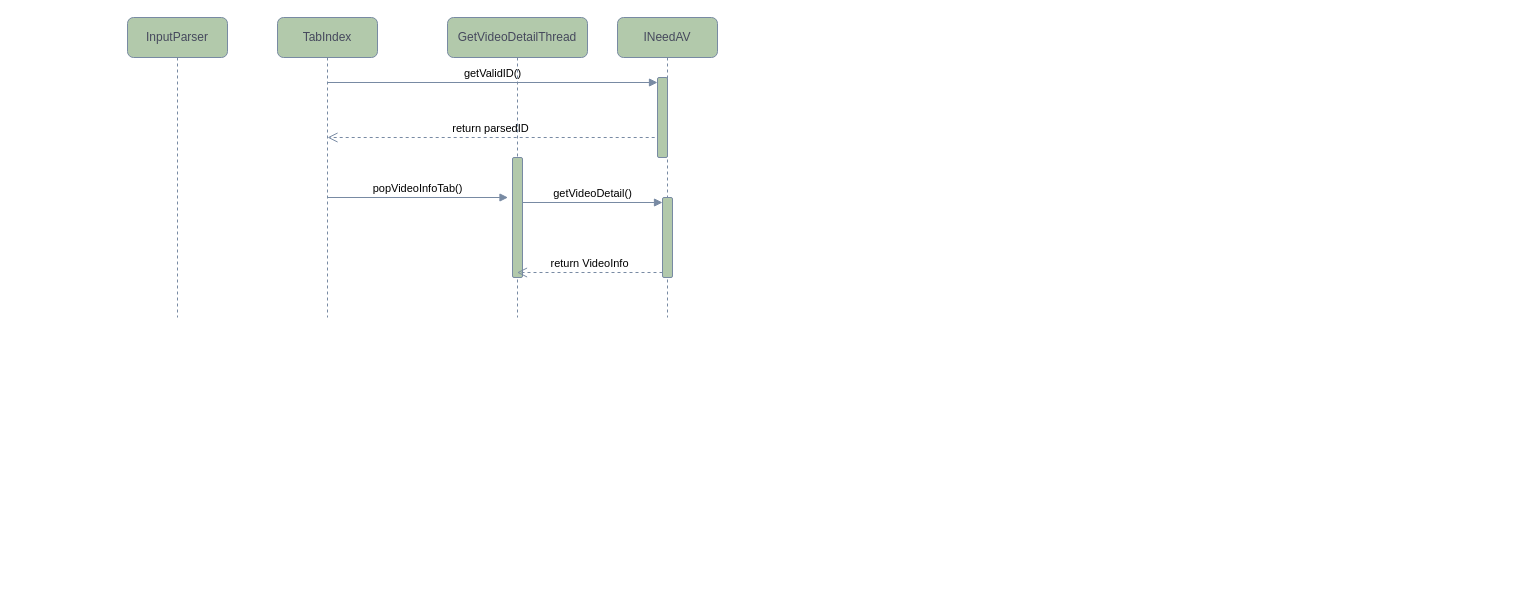
Likboc/BiliDown keeps this draw.io diagram as page "第 3 页" (3 of 4) of UML/srcode.drawio. Above is the earlier version. Source tidied: cells renumbered, new cells numbered last; positions are measured from the earlier drawing's top-left corner, leaving out a move shared by most shapes. Both pictures are drawn from the tidied source at 100%, with x=0, y=0 at pixel (127, 17).
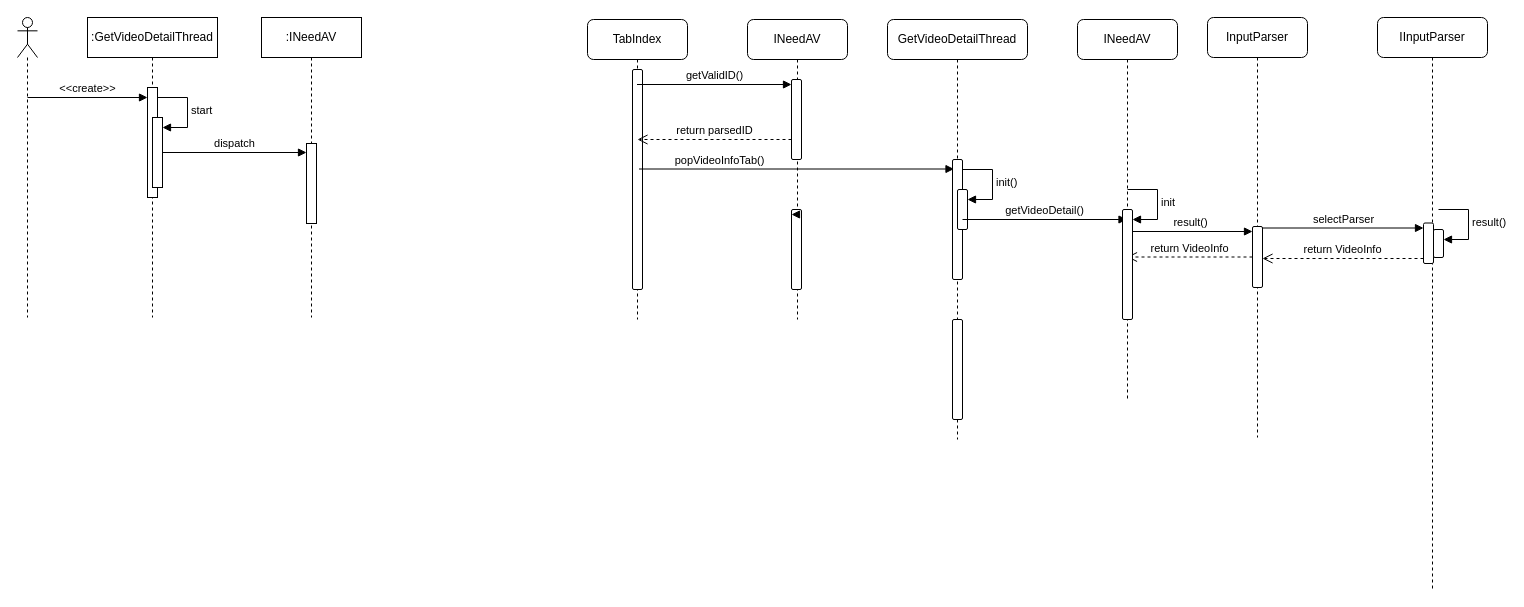
The same diagram, later.

Diff of the diagram source:
```diff
@@
-    <mxCell id="2" value="INeedAV" style="shape=umlLifeline;perimeter=lifelinePerimeter;whiteSpace=wrap;html=1;outlineConnect=0;portConstraint=eastwest;newEdgeStyle={&quot;curved&quot;:0,&quot;rounded&quot;:0};rounded=1;labelBackgroundColor=none;fillColor=#B2C9AB;strokeColor=#788AA3;fontColor=#46495D;" parent="1" vertex="1">
-      <mxGeometry x="490" width="100" height="300" as="geometry" />
+    <mxCell id="2" value="INeedAV" style="shape=umlLifeline;perimeter=lifelinePerimeter;whiteSpace=wrap;html=1;outlineConnect=0;portConstraint=eastwest;newEdgeStyle={&quot;curved&quot;:0,&quot;rounded&quot;:0};rounded=1;labelBackgroundColor=none;" parent="1" vertex="1">
+      <mxGeometry x="620" y="2" width="100" height="300" as="geometry" />
     </mxCell>
-    <mxCell id="3" style="html=1;points=[[0,0,0,0,5],[0,1,0,0,-5],[1,0,0,0,5],[1,1,0,0,-5]];perimeter=orthogonalPerimeter;outlineConnect=0;targetShapes=umlLifeline;portConstraint=eastwest;newEdgeStyle={&quot;curved&quot;:0,&quot;rounded&quot;:0};rounded=1;labelBackgroundColor=none;fillColor=#B2C9AB;strokeColor=#788AA3;fontColor=#46495D;" parent="2" vertex="1">
-      <mxGeometry x="40" y="60" width="10" height="80" as="geometry" />
+    <mxCell id="3" style="html=1;points=[[0,0,0,0,5],[0,1,0,0,-5],[1,0,0,0,5],[1,1,0,0,-5]];perimeter=orthogonalPerimeter;outlineConnect=0;targetShapes=umlLifeline;portConstraint=eastwest;newEdgeStyle={&quot;curved&quot;:0,&quot;rounded&quot;:0};rounded=1;labelBackgroundColor=none;" parent="2" vertex="1">
+      <mxGeometry x="44" y="60" width="10" height="80" as="geometry" />
     </mxCell>
-    <mxCell id="4" style="html=1;points=[[0,0,0,0,5],[0,1,0,0,-5],[1,0,0,0,5],[1,1,0,0,-5]];perimeter=orthogonalPerimeter;outlineConnect=0;targetShapes=umlLifeline;portConstraint=eastwest;newEdgeStyle={&quot;curved&quot;:0,&quot;rounded&quot;:0};rounded=1;labelBackgroundColor=none;fillColor=#B2C9AB;strokeColor=#788AA3;fontColor=#46495D;" parent="2" vertex="1">
-      <mxGeometry x="45" y="180" width="10" height="80" as="geometry" />
-    </mxCell>
-    <mxCell id="5" value="InputParser" style="shape=umlLifeline;perimeter=lifelinePerimeter;whiteSpace=wrap;html=1;newEdgeStyle={&quot;curved&quot;:0,&quot;rounded&quot;:0};rounded=1;labelBackgroundColor=none;fillColor=#B2C9AB;strokeColor=#788AA3;fontColor=#46495D;" parent="1" vertex="1">
-      <mxGeometry width="100" height="300" as="geometry" />
+    <mxCell id="5" value="InputParser" style="shape=umlLifeline;whiteSpace=wrap;html=1;newEdgeStyle={&quot;curved&quot;:0,&quot;rounded&quot;:0};rounded=1;labelBackgroundColor=none;perimeter=rectanglePerimeter;targetShapes=umlLifeline;participant=label;" parent="1" vertex="1">
+      <mxGeometry x="1080" width="100" height="420" as="geometry" />
     </mxCell>
+    <mxCell id="14" style="html=1;points=[[0,0,0,0,5],[0,1,0,0,-5],[1,0,0,0,5],[1,1,0,0,-5]];perimeter=orthogonalPerimeter;outlineConnect=0;targetShapes=umlLifeline;portConstraint=eastwest;newEdgeStyle={&quot;curved&quot;:0,&quot;rounded&quot;:0};labelBackgroundColor=none;rounded=1;" parent="5" vertex="1">
+      <mxGeometry x="45" y="209" width="10" height="61" as="geometry" />
+    </mxCell>
-    <mxCell id="6" value="TabIndex" style="shape=umlLifeline;perimeter=lifelinePerimeter;whiteSpace=wrap;html=1;outlineConnect=0;portConstraint=eastwest;newEdgeStyle={&quot;curved&quot;:0,&quot;rounded&quot;:0};rounded=1;labelBackgroundColor=none;fillColor=#B2C9AB;strokeColor=#788AA3;fontColor=#46495D;" parent="1" vertex="1">
-      <mxGeometry x="150" width="100" height="300" as="geometry" />
+    <mxCell id="6" value="TabIndex" style="shape=umlLifeline;perimeter=lifelinePerimeter;whiteSpace=wrap;html=1;outlineConnect=0;portConstraint=eastwest;newEdgeStyle={&quot;curved&quot;:0,&quot;rounded&quot;:0};rounded=1;labelBackgroundColor=none;" parent="1" vertex="1">
+      <mxGeometry x="460" y="2" width="100" height="300" as="geometry" />
     </mxCell>
+    <mxCell id="15" style="html=1;perimeter=orthogonalPerimeter;targetShapes=umlLifeline;newEdgeStyle={&quot;curved&quot;:0,&quot;rounded&quot;:0};labelBackgroundColor=none;rounded=1;" parent="6" vertex="1">
+      <mxGeometry x="45" y="50" width="10" height="220" as="geometry" />
+    </mxCell>
-    <mxCell id="7" value="GetVideoDetailThread" style="shape=umlLifeline;perimeter=lifelinePerimeter;whiteSpace=wrap;html=1;outlineConnect=0;portConstraint=eastwest;newEdgeStyle={&quot;curved&quot;:0,&quot;rounded&quot;:0};rounded=1;labelBackgroundColor=none;fillColor=#B2C9AB;strokeColor=#788AA3;fontColor=#46495D;" parent="1" vertex="1">
-      <mxGeometry x="320" width="140" height="300" as="geometry" />
+    <mxCell id="7" value="GetVideoDetailThread" style="shape=umlLifeline;perimeter=lifelinePerimeter;whiteSpace=wrap;html=1;outlineConnect=0;portConstraint=eastwest;newEdgeStyle={&quot;curved&quot;:0,&quot;rounded&quot;:0};rounded=1;labelBackgroundColor=none;" parent="1" vertex="1">
+      <mxGeometry x="760" y="2" width="140" height="420" as="geometry" />
     </mxCell>
-    <mxCell id="8" style="html=1;points=[[0,0,0,0,5],[0,1,0,0,-5],[1,0,0,0,5],[1,1,0,0,-5]];perimeter=orthogonalPerimeter;outlineConnect=0;targetShapes=umlLifeline;portConstraint=eastwest;newEdgeStyle={&quot;curved&quot;:0,&quot;rounded&quot;:0};rounded=1;labelBackgroundColor=none;fillColor=#B2C9AB;strokeColor=#788AA3;fontColor=#46495D;" parent="7" vertex="1">
+    <mxCell id="8" style="html=1;points=[[0,0,0,0,5],[0,1,0,0,-5],[1,0,0,0,5],[1,1,0,0,-5]];perimeter=orthogonalPerimeter;outlineConnect=0;targetShapes=umlLifeline;portConstraint=eastwest;newEdgeStyle={&quot;curved&quot;:0,&quot;rounded&quot;:0};rounded=1;labelBackgroundColor=none;" parent="7" vertex="1">
       <mxGeometry x="65" y="140" width="10" height="120" as="geometry" />
     </mxCell>
+    <mxCell id="16" style="html=1;perimeter=orthogonalPerimeter;targetShapes=umlLifeline;newEdgeStyle={&quot;curved&quot;:0,&quot;rounded&quot;:0};labelBackgroundColor=none;rounded=1;" parent="7" vertex="1">
+      <mxGeometry x="65" y="300" width="10" height="100" as="geometry" />
+    </mxCell>
+    <mxCell id="17" style="html=1;points=[[0,0,0,0,5],[0,1,0,0,-5],[1,0,0,0,5],[1,1,0,0,-5]];perimeter=orthogonalPerimeter;outlineConnect=0;targetShapes=umlLifeline;portConstraint=eastwest;newEdgeStyle={&quot;curved&quot;:0,&quot;rounded&quot;:0};rounded=1;" parent="7" vertex="1">
+      <mxGeometry x="70" y="170" width="10" height="40" as="geometry" />
+    </mxCell>
+    <mxCell id="18" value="init()" style="html=1;align=left;spacingLeft=2;endArrow=block;rounded=1;edgeStyle=orthogonalEdgeStyle;curved=0;rounded=0;" parent="7" edge="1" target="17">
+      <mxGeometry relative="1" as="geometry">
+        <mxPoint x="75" y="150" as="sourcePoint" />
+        <Array as="points">
+          <mxPoint x="105" y="180" />
+        </Array>
+      </mxGeometry>
+    </mxCell>
-    <mxCell id="9" value="popVideoInfoTab()" style="html=1;verticalAlign=bottom;endArrow=block;curved=0;rounded=0;labelBackgroundColor=none;strokeColor=#788AA3;fontColor=default;" parent="1" edge="1">
-      <mxGeometry relative="1" as="geometry">
-        <mxPoint x="200" y="180" as="sourcePoint" />
-        <mxPoint x="380.5" y="180" as="targetPoint" />
+    <mxCell id="9" value="popVideoInfoTab()" style="html=1;verticalAlign=bottom;endArrow=block;curved=0;rounded=1;labelBackgroundColor=none;fontColor=default;" parent="1" edge="1">
+      <mxGeometry x="-0.49" relative="1" as="geometry">
+        <mxPoint x="511.5" y="151.5" as="sourcePoint" />
+        <mxPoint x="826.5" y="151.5" as="targetPoint" />
       </mxGeometry>
     </mxCell>
-    <mxCell id="10" value="getValidID()" style="html=1;verticalAlign=bottom;endArrow=block;curved=0;rounded=0;entryX=0;entryY=0;entryDx=0;entryDy=5;labelBackgroundColor=none;strokeColor=#788AA3;fontColor=default;" parent="1" edge="1" source="6" target="3">
+    <mxCell id="10" value="getValidID()" style="html=1;verticalAlign=bottom;endArrow=block;curved=0;rounded=1;entryX=0;entryY=0;entryDx=0;entryDy=5;labelBackgroundColor=none;fontColor=default;" parent="1" edge="1" source="6" target="3">
       <mxGeometry relative="1" as="geometry" />
     </mxCell>
-    <mxCell id="11" value="return parsedID" style="html=1;verticalAlign=bottom;endArrow=open;dashed=1;endSize=8;curved=0;rounded=0;exitX=0;exitY=1;exitDx=0;exitDy=-5;labelBackgroundColor=none;strokeColor=#788AA3;fontColor=default;" parent="1" edge="1">
+    <mxCell id="11" value="return parsedID" style="html=1;verticalAlign=bottom;endArrow=open;dashed=1;endSize=8;curved=0;rounded=1;labelBackgroundColor=none;fontColor=default;" parent="1" edge="1" source="3">
       <mxGeometry relative="1" as="geometry">
-        <mxPoint x="527.2" y="120" as="sourcePoint" />
-        <mxPoint x="200" y="120" as="targetPoint" />
+        <mxPoint x="510" y="122" as="targetPoint" />
       </mxGeometry>
     </mxCell>
-    <mxCell id="12" value="getVideoDetail()" style="html=1;verticalAlign=bottom;endArrow=block;curved=0;rounded=0;entryX=0;entryY=0;entryDx=0;entryDy=5;labelBackgroundColor=none;strokeColor=#788AA3;fontColor=default;" parent="1" edge="1" source="8" target="4">
+    <mxCell id="12" value="getVideoDetail()" style="html=1;verticalAlign=bottom;endArrow=block;curved=0;rounded=1;labelBackgroundColor=none;fontColor=default;" parent="1" edge="1" source="8" target="22">
       <mxGeometry relative="1" as="geometry" />
     </mxCell>
-    <mxCell id="13" value="return VideoInfo" style="html=1;verticalAlign=bottom;endArrow=open;dashed=1;endSize=8;curved=0;rounded=0;exitX=0;exitY=1;exitDx=0;exitDy=-5;labelBackgroundColor=none;strokeColor=#788AA3;fontColor=default;" parent="1" edge="1" source="4" target="7">
-      <mxGeometry relative="1" as="geometry" />
-    </mxCell>
+    <mxCell id="19" value="result()" style="html=1;verticalAlign=bottom;endArrow=block;curved=0;rounded=1;entryX=0;entryY=0;entryDx=0;entryDy=5;fontColor=default;labelBackgroundColor=none;" parent="1" edge="1" source="22" target="14">
+      <mxGeometry relative="1" as="geometry" />
+    </mxCell>
+    <mxCell id="20" value="return VideoInfo" style="html=1;verticalAlign=bottom;endArrow=open;dashed=1;endSize=8;curved=0;rounded=1;fontColor=default;labelBackgroundColor=none;" parent="1" edge="1" source="14" target="22">
+      <mxGeometry relative="1" as="geometry" />
+    </mxCell>
+    <mxCell id="4" style="html=1;points=[[0,0,0,0,5],[0,1,0,0,-5],[1,0,0,0,5],[1,1,0,0,-5]];perimeter=orthogonalPerimeter;outlineConnect=0;targetShapes=umlLifeline;portConstraint=eastwest;newEdgeStyle={&quot;curved&quot;:0,&quot;rounded&quot;:0};rounded=1;labelBackgroundColor=none;" parent="1" vertex="1">
+      <mxGeometry x="664" y="192" width="10" height="80" as="geometry" />
+    </mxCell>
+    <mxCell id="21" style="html=1;verticalAlign=bottom;endArrow=block;curved=0;rounded=1;entryX=0;entryY=0;entryDx=0;entryDy=5;fontColor=default;labelBackgroundColor=none;" parent="1" edge="1" source="2" target="4">
+      <mxGeometry relative="1" as="geometry" />
+    </mxCell>
+    <mxCell id="22" value="INeedAV" style="shape=umlLifeline;perimeter=lifelinePerimeter;whiteSpace=wrap;html=1;outlineConnect=0;portConstraint=eastwest;newEdgeStyle={&quot;curved&quot;:0,&quot;rounded&quot;:0};rounded=1;" parent="1" vertex="1">
+      <mxGeometry x="950" y="2" width="100" height="380" as="geometry" />
+    </mxCell>
+    <mxCell id="23" style="html=1;points=[[0,0,0,0,5],[0,1,0,0,-5],[1,0,0,0,5],[1,1,0,0,-5]];perimeter=orthogonalPerimeter;outlineConnect=0;targetShapes=umlLifeline;portConstraint=eastwest;newEdgeStyle={&quot;curved&quot;:0,&quot;rounded&quot;:0};rounded=1;" parent="22" vertex="1">
+      <mxGeometry x="45" y="190" width="10" height="110" as="geometry" />
+    </mxCell>
+    <mxCell id="24" value="init" style="html=1;align=left;spacingLeft=2;endArrow=block;rounded=0;edgeStyle=orthogonalEdgeStyle;curved=0;rounded=0;" parent="22" edge="1" target="23">
+      <mxGeometry relative="1" as="geometry">
+        <mxPoint x="50" y="170" as="sourcePoint" />
+        <Array as="points">
+          <mxPoint x="80" y="200" />
+        </Array>
+      </mxGeometry>
+    </mxCell>
+    <mxCell id="25" value="IInputParser" style="shape=umlLifeline;perimeter=lifelinePerimeter;whiteSpace=wrap;html=1;newEdgeStyle={&quot;curved&quot;:0,&quot;rounded&quot;:0};rounded=1;" parent="1" vertex="1">
+      <mxGeometry x="1250" width="110" height="572" as="geometry" />
+    </mxCell>
+    <mxCell id="26" style="html=1;points=[[0,0,0,0,5],[0,1,0,0,-5],[1,0,0,0,5],[1,1,0,0,-5]];perimeter=orthogonalPerimeter;outlineConnect=0;targetShapes=umlLifeline;portConstraint=eastwest;newEdgeStyle={&quot;curved&quot;:0,&quot;rounded&quot;:0};rounded=1;" parent="25" vertex="1">
+      <mxGeometry x="46" y="205.5" width="10" height="40.5" as="geometry" />
+    </mxCell>
+    <mxCell id="27" style="html=1;points=[[0,0,0,0,5],[0,1,0,0,-5],[1,0,0,0,5],[1,1,0,0,-5]];perimeter=orthogonalPerimeter;outlineConnect=0;targetShapes=umlLifeline;portConstraint=eastwest;newEdgeStyle={&quot;curved&quot;:0,&quot;rounded&quot;:0};rounded=1;" parent="25" vertex="1">
+      <mxGeometry x="56" y="212" width="10" height="28" as="geometry" />
+    </mxCell>
+    <mxCell id="28" value="result()" style="html=1;align=left;spacingLeft=2;endArrow=block;rounded=0;edgeStyle=orthogonalEdgeStyle;curved=0;rounded=0;" parent="25" edge="1" target="27">
+      <mxGeometry relative="1" as="geometry">
+        <mxPoint x="61" y="192" as="sourcePoint" />
+        <Array as="points">
+          <mxPoint x="91" y="222" />
+        </Array>
+      </mxGeometry>
+    </mxCell>
+    <mxCell id="29" value="return VideoInfo" style="html=1;verticalAlign=bottom;endArrow=open;dashed=1;endSize=8;curved=0;rounded=0;exitX=0;exitY=1;exitDx=0;exitDy=-5;" parent="1" edge="1" source="26" target="14">
+      <mxGeometry relative="1" as="geometry" />
+    </mxCell>
+    <mxCell id="30" value="selectParser" style="html=1;verticalAlign=bottom;endArrow=block;curved=0;rounded=0;entryX=0;entryY=0;entryDx=0;entryDy=5;" parent="1" edge="1" source="14" target="26">
+      <mxGeometry relative="1" as="geometry" />
+    </mxCell>
+    <mxCell id="31" style="shape=umlLifeline;perimeter=lifelinePerimeter;whiteSpace=wrap;html=1;newEdgeStyle={&quot;curved&quot;:0,&quot;rounded&quot;:0};participant=umlActor;" parent="1" vertex="1">
+      <mxGeometry x="-110" width="20" height="300" as="geometry" />
+    </mxCell>
+    <mxCell id="32" value=":GetVideoDetailThread" style="shape=umlLifeline;perimeter=lifelinePerimeter;whiteSpace=wrap;html=1;newEdgeStyle={&quot;curved&quot;:0,&quot;rounded&quot;:0};" parent="1" vertex="1">
+      <mxGeometry x="-40" width="130" height="300" as="geometry" />
+    </mxCell>
+    <mxCell id="33" style="html=1;points=[[0,0,0,0,5],[0,1,0,0,-5],[1,0,0,0,5],[1,1,0,0,-5]];perimeter=orthogonalPerimeter;outlineConnect=0;targetShapes=umlLifeline;portConstraint=eastwest;newEdgeStyle={&quot;curved&quot;:0,&quot;rounded&quot;:0};" parent="32" vertex="1">
+      <mxGeometry x="60" y="70" width="10" height="110" as="geometry" />
+    </mxCell>
+    <mxCell id="34" style="html=1;points=[[0,0,0,0,5],[0,1,0,0,-5],[1,0,0,0,5],[1,1,0,0,-5]];perimeter=orthogonalPerimeter;outlineConnect=0;targetShapes=umlLifeline;portConstraint=eastwest;newEdgeStyle={&quot;curved&quot;:0,&quot;rounded&quot;:0};" parent="32" vertex="1">
+      <mxGeometry x="65" y="100" width="10" height="70" as="geometry" />
+    </mxCell>
+    <mxCell id="35" value="start" style="html=1;align=left;spacingLeft=2;endArrow=block;rounded=0;edgeStyle=orthogonalEdgeStyle;curved=0;rounded=0;" parent="32" edge="1" target="34">
+      <mxGeometry relative="1" as="geometry">
+        <mxPoint x="70" y="80" as="sourcePoint" />
+        <Array as="points">
+          <mxPoint x="100" y="110" />
+        </Array>
+      </mxGeometry>
+    </mxCell>
+    <mxCell id="36" value="&amp;lt;&amp;lt;create&amp;gt;&amp;gt;" style="html=1;verticalAlign=bottom;endArrow=block;curved=0;rounded=0;" parent="1" edge="1" target="33">
+      <mxGeometry relative="1" as="geometry">
+        <mxPoint x="-100" y="80" as="sourcePoint" />
+      </mxGeometry>
+    </mxCell>
+    <mxCell id="37" value=":INeedAV" style="shape=umlLifeline;perimeter=lifelinePerimeter;whiteSpace=wrap;html=1;newEdgeStyle={&quot;curved&quot;:0,&quot;rounded&quot;:0};" parent="1" vertex="1">
+      <mxGeometry x="134" width="100" height="300" as="geometry" />
+    </mxCell>
+    <mxCell id="38" style="html=1;points=[[0,0,0,0,5],[0,1,0,0,-5],[1,0,0,0,5],[1,1,0,0,-5]];perimeter=orthogonalPerimeter;outlineConnect=0;targetShapes=umlLifeline;portConstraint=eastwest;newEdgeStyle={&quot;curved&quot;:0,&quot;rounded&quot;:0};" parent="37" vertex="1">
+      <mxGeometry x="45" y="126" width="10" height="80" as="geometry" />
+    </mxCell>
+    <mxCell id="39" value="dispatch" style="html=1;verticalAlign=bottom;endArrow=block;curved=0;rounded=0;" parent="1" edge="1" source="34" target="38">
+      <mxGeometry relative="1" as="geometry" />
+    </mxCell>
```
